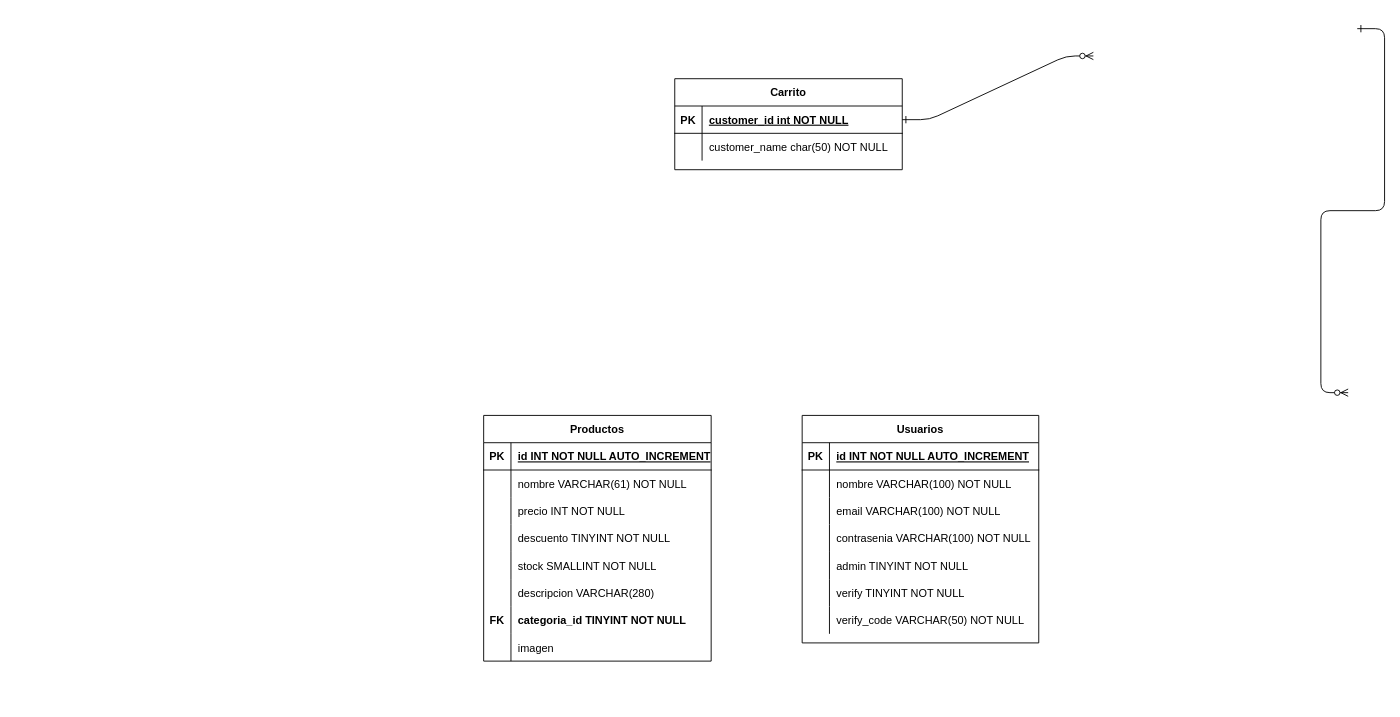
Earlier version of the draw.io diagram entregas - sprints/6to-sprint (Base de Datos)/Diagrama de base de datos.drawio (Evaristodantur/BierClub). Source tidied: cells renumbered, new cells numbered last; positions are measured from the earlier drawing's top-left corner, leaving out a move shared by most shapes. Both pictures are drawn from the tidied source at 91%, with x=0, y=0 at pixel (483, 28).
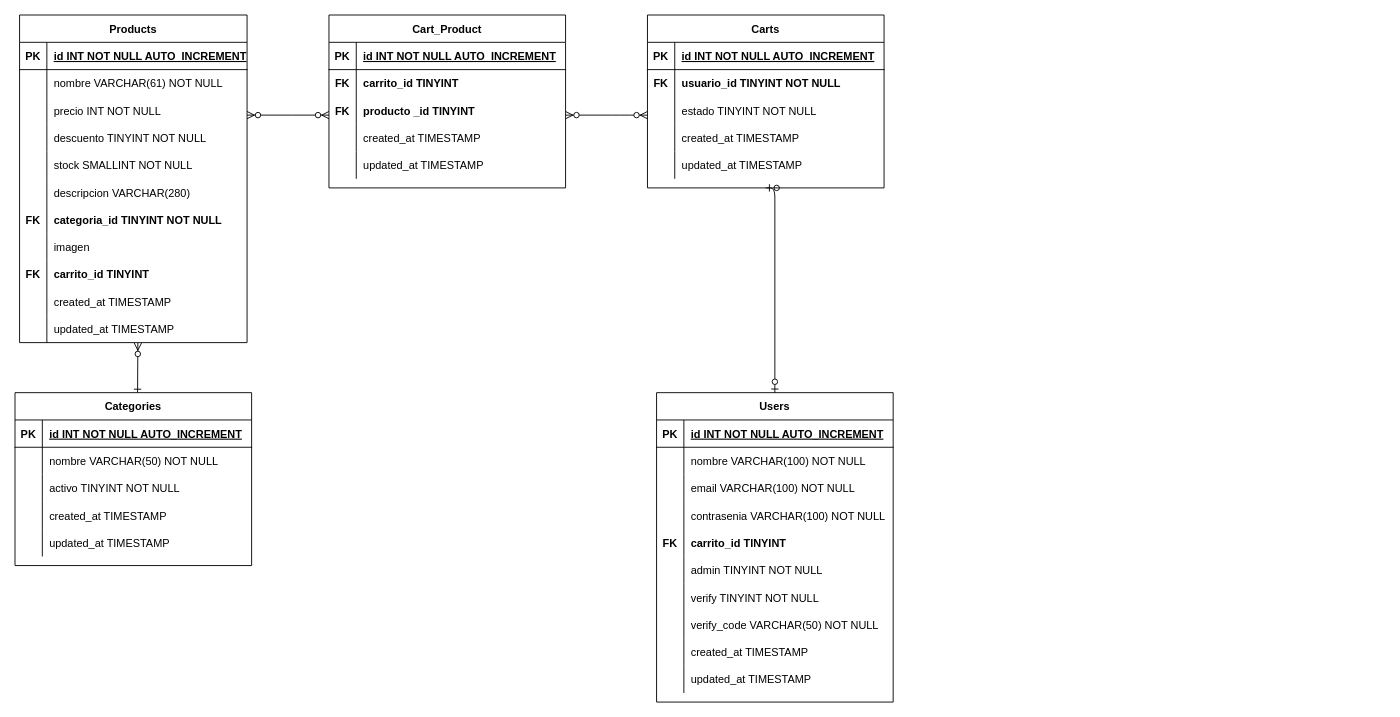
The same page after the edit.

Unchanged cells that the change refers to:
```xml
<mxCell id="49" style="shape=partialRectangle;fillColor=none;top=0;left=0;right=0;bottom=0;" parent="36" vertex="1">
  <mxGeometry y="150" width="260" height="30" as="geometry" />
</mxCell>
<mxCell id="52" style="shape=partialRectangle;fillColor=none;top=0;left=0;right=0;bottom=0;" parent="36" vertex="1">
  <mxGeometry y="180" width="260" height="30" as="geometry" />
</mxCell>
<mxCell id="55" style="shape=partialRectangle;fillColor=none;top=0;left=0;right=0;bottom=0;" parent="36" vertex="1">
  <mxGeometry y="210" width="260" height="30" as="geometry" />
</mxCell>
```

What changed in the source:
```diff
@@
-    <mxCell id="2" style="edgeStyle=entityRelationEdgeStyle;endArrow=ERzeroToMany;startArrow=ERone;endFill=1;startFill=0;" parent="1" edge="1" source="5">
-      <mxGeometry relative="1" as="geometry">
-        <mxPoint x="670" y="30" as="targetPoint" />
-      </mxGeometry>
-    </mxCell>
-    <mxCell id="3" style="edgeStyle=entityRelationEdgeStyle;endArrow=ERzeroToMany;startArrow=ERone;endFill=1;startFill=0;" parent="1" edge="1">
-      <mxGeometry relative="1" as="geometry">
-        <mxPoint x="960" as="sourcePoint" />
-        <mxPoint x="950" y="400" as="targetPoint" />
-      </mxGeometry>
-    </mxCell>
-    <mxCell id="4" value="Carrito" style="shape=table;startSize=30;childLayout=tableLayout;rowLines=0;fontStyle=1;align=center;" parent="1" vertex="1">
-      <mxGeometry x="210" y="55" width="250" height="100" as="geometry" />
-    </mxCell>
-    <mxCell id="5" style="shape=partialRectangle;fillColor=none;points=[[0,0.5],[1,0.5]];portConstraint=eastwest;top=0;left=0;right=0;bottom=1;" parent="4" vertex="1">
-      <mxGeometry y="30" width="250" height="30" as="geometry" />
-    </mxCell>
-    <mxCell id="6" value="PK" style="shape=partialRectangle;overflow=hidden;fillColor=none;top=0;left=0;bottom=0;right=0;fontStyle=1;" parent="5" vertex="1">
-      <mxGeometry width="30" height="30" as="geometry" />
-    </mxCell>
-    <mxCell id="7" value="customer_id int NOT NULL " style="shape=partialRectangle;overflow=hidden;fillColor=none;top=0;left=0;bottom=0;right=0;align=left;spacingLeft=6;fontStyle=5;" parent="5" vertex="1">
-      <mxGeometry x="30" width="220" height="30" as="geometry" />
-    </mxCell>
-    <mxCell id="8" style="shape=partialRectangle;fillColor=none;top=0;left=0;right=0;bottom=0;" parent="4" vertex="1">
-      <mxGeometry y="60" width="250" height="30" as="geometry" />
-    </mxCell>
-    <mxCell id="9" style="shape=partialRectangle;overflow=hidden;fillColor=none;top=0;left=0;bottom=0;right=0;" parent="8" vertex="1">
-      <mxGeometry width="30" height="30" as="geometry" />
-    </mxCell>
-    <mxCell id="10" value="customer_name char(50) NOT NULL" style="shape=partialRectangle;overflow=hidden;fillColor=none;top=0;left=0;bottom=0;right=0;align=left;spacingLeft=6;" parent="8" vertex="1">
-      <mxGeometry x="30" width="220" height="30" as="geometry" />
-    </mxCell>
+    <mxCell id="58" style="edgeStyle=elbowEdgeStyle;endArrow=ERzeroToMany;startArrow=ERone;endFill=1;startFill=0;entryX=0.52;entryY=1.015;entryDx=0;entryDy=0;entryPerimeter=0;exitX=0.518;exitY=0.001;exitDx=0;exitDy=0;exitPerimeter=0;" parent="1" edge="1" source="112" target="67">
+      <mxGeometry relative="1" as="geometry">
+        <Array as="points">
+          <mxPoint x="-380" y="420" />
+        </Array>
+      </mxGeometry>
+    </mxCell>
+    <mxCell id="59" style="edgeStyle=elbowEdgeStyle;endArrow=ERzeroToMany;startArrow=ERzeroToMany;endFill=1;startFill=1;" parent="1" edge="1">
+      <mxGeometry relative="1" as="geometry">
+        <mxPoint x="-260" y="95" as="sourcePoint" />
+        <mxPoint x="-170" y="95" as="targetPoint" />
+        <Array as="points">
+          <mxPoint x="-199.8" y="200" />
+        </Array>
+      </mxGeometry>
+    </mxCell>
+    <mxCell id="60" style="edgeStyle=elbowEdgeStyle;endArrow=ERzeroToMany;startArrow=ERzeroToMany;endFill=1;startFill=1;" parent="1" edge="1">
+      <mxGeometry relative="1" as="geometry">
+        <mxPoint x="90" y="95" as="sourcePoint" />
+        <mxPoint x="180" y="95" as="targetPoint" />
+        <Array as="points">
+          <mxPoint x="150.2" y="200" />
+        </Array>
+      </mxGeometry>
+    </mxCell>
-    <mxCell id="11" value="Productos" style="shape=table;startSize=30;childLayout=tableLayout;rowLines=0;fontStyle=1;align=center;" parent="1" vertex="1">
-      <mxGeometry y="425" width="250" height="270" as="geometry" />
+    <mxCell id="11" value="Products" style="shape=table;startSize=30;childLayout=tableLayout;rowLines=0;fontStyle=1;align=center;" parent="1" vertex="1">
+      <mxGeometry x="-510" y="-15" width="250" height="360" as="geometry" />
     </mxCell>
@@
+    <mxCell id="61" style="shape=partialRectangle;fillColor=none;top=0;left=0;right=0;bottom=0;" parent="11" vertex="1">
+      <mxGeometry y="270" width="250" height="30" as="geometry" />
+    </mxCell>
+    <mxCell id="62" value="FK" style="shape=partialRectangle;overflow=hidden;fillColor=none;top=0;left=0;bottom=0;right=0;fontStyle=1;" parent="61" vertex="1">
+      <mxGeometry width="30" height="30" as="geometry" />
+    </mxCell>
+    <mxCell id="63" value="carrito_id TINYINT" style="shape=partialRectangle;overflow=hidden;fillColor=none;top=0;left=0;bottom=0;right=0;align=left;spacingLeft=6;fontStyle=1;" parent="61" vertex="1">
+      <mxGeometry x="30" width="220" height="30" as="geometry" />
+    </mxCell>
+    <mxCell id="64" style="shape=partialRectangle;fillColor=none;top=0;left=0;right=0;bottom=0;" parent="11" vertex="1">
+      <mxGeometry y="300" width="250" height="30" as="geometry" />
+    </mxCell>
+    <mxCell id="65" style="shape=partialRectangle;overflow=hidden;fillColor=none;top=0;left=0;bottom=0;right=0;" parent="64" vertex="1">
+      <mxGeometry width="30" height="30" as="geometry" />
+    </mxCell>
+    <mxCell id="66" style="shape=partialRectangle;overflow=hidden;fillColor=none;top=0;left=0;bottom=0;right=0;align=left;spacingLeft=6;" parent="64" vertex="1">
+      <mxGeometry x="30" width="220" height="30" as="geometry" />
+    </mxCell>
+    <mxCell id="67" style="shape=partialRectangle;fillColor=none;points=[[0,0.5],[1,0.5]];portConstraint=eastwest;top=0;left=0;right=0;bottom=0;" parent="11" vertex="1">
+      <mxGeometry y="330" width="250" height="30" as="geometry" />
+    </mxCell>
+    <mxCell id="68" style="shape=partialRectangle;overflow=hidden;fillColor=none;top=0;left=0;bottom=0;right=0;" parent="67" vertex="1">
+      <mxGeometry width="30" height="30" as="geometry" />
+    </mxCell>
+    <mxCell id="69" value="updated_at TIMESTAMP" style="shape=partialRectangle;overflow=hidden;fillColor=none;top=0;left=0;bottom=0;right=0;align=left;spacingLeft=6;" parent="67" vertex="1">
+      <mxGeometry x="30" width="220" height="30" as="geometry" />
+    </mxCell>
-    <mxCell id="36" value="Usuarios" style="shape=table;startSize=30;childLayout=tableLayout;rowLines=0;fontStyle=1;align=center;" parent="1" vertex="1">
-      <mxGeometry x="350" y="425" width="260" height="250" as="geometry" />
+    <mxCell id="36" value="Users" style="shape=table;startSize=30;childLayout=tableLayout;rowLines=0;fontStyle=1;align=center;" parent="1" vertex="1">
+      <mxGeometry x="190" y="400" width="260" height="340" as="geometry" />
     </mxCell>
@@
-    <mxCell id="50" style="shape=partialRectangle;overflow=hidden;fillColor=none;top=0;left=0;bottom=0;right=0;" parent="49" vertex="1">
+    <mxCell id="50" value="FK" style="shape=partialRectangle;overflow=hidden;fillColor=none;top=0;left=0;bottom=0;right=0;fontStyle=1;" parent="49" vertex="1">
       <mxGeometry width="30" height="30" as="geometry" />
     </mxCell>
-    <mxCell id="51" value="admin TINYINT NOT NULL" style="shape=partialRectangle;overflow=hidden;fillColor=none;top=0;left=0;bottom=0;right=0;align=left;spacingLeft=6;" parent="49" vertex="1">
+    <mxCell id="51" value="carrito_id TINYINT" style="shape=partialRectangle;overflow=hidden;fillColor=none;top=0;left=0;bottom=0;right=0;align=left;spacingLeft=6;fontStyle=1;" parent="49" vertex="1">
       <mxGeometry x="30" width="230" height="30" as="geometry" />
     </mxCell>
@@
-    <mxCell id="54" value="verify TINYINT NOT NULL" style="shape=partialRectangle;overflow=hidden;fillColor=none;top=0;left=0;bottom=0;right=0;align=left;spacingLeft=6;" parent="52" vertex="1">
+    <mxCell id="54" value="admin TINYINT NOT NULL" style="shape=partialRectangle;overflow=hidden;fillColor=none;top=0;left=0;bottom=0;right=0;align=left;spacingLeft=6;" parent="52" vertex="1">
       <mxGeometry x="30" width="230" height="30" as="geometry" />
     </mxCell>
@@
-    <mxCell id="57" value="verify_code VARCHAR(50) NOT NULL" style="shape=partialRectangle;overflow=hidden;fillColor=none;top=0;left=0;bottom=0;right=0;align=left;spacingLeft=6;" parent="55" vertex="1">
+    <mxCell id="57" value="verify TINYINT NOT NULL" style="shape=partialRectangle;overflow=hidden;fillColor=none;top=0;left=0;bottom=0;right=0;align=left;spacingLeft=6;" parent="55" vertex="1">
       <mxGeometry x="30" width="230" height="30" as="geometry" />
     </mxCell>
+    <mxCell id="70" style="shape=partialRectangle;fillColor=none;top=0;left=0;right=0;bottom=0;" parent="36" vertex="1">
+      <mxGeometry y="240" width="260" height="30" as="geometry" />
+    </mxCell>
+    <mxCell id="71" style="shape=partialRectangle;overflow=hidden;fillColor=none;top=0;left=0;bottom=0;right=0;" parent="70" vertex="1">
+      <mxGeometry width="30" height="30" as="geometry" />
+    </mxCell>
+    <mxCell id="72" value="verify_code VARCHAR(50) NOT NULL" style="shape=partialRectangle;overflow=hidden;fillColor=none;top=0;left=0;bottom=0;right=0;align=left;spacingLeft=6;" parent="70" vertex="1">
+      <mxGeometry x="30" width="230" height="30" as="geometry" />
+    </mxCell>
+    <mxCell id="73" style="shape=partialRectangle;fillColor=none;top=0;left=0;right=0;bottom=0;" parent="36" vertex="1">
+      <mxGeometry y="270" width="260" height="30" as="geometry" />
+    </mxCell>
+    <mxCell id="74" style="shape=partialRectangle;overflow=hidden;fillColor=none;top=0;left=0;bottom=0;right=0;" parent="73" vertex="1">
+      <mxGeometry width="30" height="30" as="geometry" />
+    </mxCell>
+    <mxCell id="75" value="created_at TIMESTAMP" style="shape=partialRectangle;overflow=hidden;fillColor=none;top=0;left=0;bottom=0;right=0;align=left;spacingLeft=6;" parent="73" vertex="1">
+      <mxGeometry x="30" width="230" height="30" as="geometry" />
+    </mxCell>
+    <mxCell id="76" style="shape=partialRectangle;fillColor=none;top=0;left=0;right=0;bottom=0;" parent="36" vertex="1">
+      <mxGeometry y="300" width="260" height="30" as="geometry" />
+    </mxCell>
+    <mxCell id="77" style="shape=partialRectangle;overflow=hidden;fillColor=none;top=0;left=0;bottom=0;right=0;" parent="76" vertex="1">
+      <mxGeometry width="30" height="30" as="geometry" />
+    </mxCell>
+    <mxCell id="78" value="updated_at TIMESTAMP" style="shape=partialRectangle;overflow=hidden;fillColor=none;top=0;left=0;bottom=0;right=0;align=left;spacingLeft=6;" parent="76" vertex="1">
+      <mxGeometry x="30" width="230" height="30" as="geometry" />
+    </mxCell>
+    <mxCell id="79" style="edgeStyle=elbowEdgeStyle;endArrow=ERzeroToOne;startArrow=ERzeroToOne;endFill=1;startFill=1;exitX=0.5;exitY=1;exitDx=0;exitDy=0;entryX=0.5;entryY=0;entryDx=0;entryDy=0;" parent="1" edge="1" source="96" target="36">
+      <mxGeometry relative="1" as="geometry">
+        <Array as="points">
+          <mxPoint x="320" y="345" />
+        </Array>
+      </mxGeometry>
+    </mxCell>
+    <mxCell id="80" value="Cart_Product" style="shape=table;startSize=30;childLayout=tableLayout;rowLines=0;fontStyle=1;align=center;" parent="1" vertex="1">
+      <mxGeometry x="-170" y="-15" width="260" height="190" as="geometry" />
+    </mxCell>
+    <mxCell id="81" style="shape=partialRectangle;fillColor=none;top=0;left=0;right=0;bottom=1;" parent="80" vertex="1">
+      <mxGeometry y="30" width="260" height="30" as="geometry" />
+    </mxCell>
+    <mxCell id="82" value="PK" style="shape=partialRectangle;overflow=hidden;fillColor=none;top=0;left=0;bottom=0;right=0;fontStyle=1;" parent="81" vertex="1">
+      <mxGeometry width="30" height="30" as="geometry" />
+    </mxCell>
+    <mxCell id="83" value="id INT NOT NULL AUTO_INCREMENT" style="shape=partialRectangle;overflow=hidden;fillColor=none;top=0;left=0;bottom=0;right=0;align=left;spacingLeft=6;fontStyle=5;" parent="81" vertex="1">
+      <mxGeometry x="30" width="230" height="30" as="geometry" />
+    </mxCell>
+    <mxCell id="84" style="shape=partialRectangle;fillColor=none;top=0;left=0;right=0;bottom=0;" parent="80" vertex="1">
+      <mxGeometry y="60" width="260" height="30" as="geometry" />
+    </mxCell>
+    <mxCell id="85" value="FK" style="shape=partialRectangle;overflow=hidden;fillColor=none;top=0;left=0;bottom=0;right=0;fontStyle=1;" parent="84" vertex="1">
+      <mxGeometry width="30" height="30" as="geometry" />
+    </mxCell>
+    <mxCell id="86" value="carrito_id TINYINT" style="shape=partialRectangle;overflow=hidden;fillColor=none;top=0;left=0;bottom=0;right=0;align=left;spacingLeft=6;fontStyle=1;" parent="84" vertex="1">
+      <mxGeometry x="30" width="230" height="30" as="geometry" />
+    </mxCell>
+    <mxCell id="87" style="shape=partialRectangle;fillColor=none;top=0;left=0;right=0;bottom=0;" parent="80" vertex="1">
+      <mxGeometry y="90" width="260" height="30" as="geometry" />
+    </mxCell>
+    <mxCell id="88" value="FK" style="shape=partialRectangle;overflow=hidden;fillColor=none;top=0;left=0;bottom=0;right=0;fontStyle=1;" parent="87" vertex="1">
+      <mxGeometry width="30" height="30" as="geometry" />
+    </mxCell>
+    <mxCell id="89" value="producto _id TINYINT" style="shape=partialRectangle;overflow=hidden;fillColor=none;top=0;left=0;bottom=0;right=0;align=left;spacingLeft=6;fontStyle=1;" parent="87" vertex="1">
+      <mxGeometry x="30" width="230" height="30" as="geometry" />
+    </mxCell>
+    <mxCell id="90" style="shape=partialRectangle;fillColor=none;top=0;left=0;right=0;bottom=0;" parent="80" vertex="1">
+      <mxGeometry y="120" width="260" height="30" as="geometry" />
+    </mxCell>
+    <mxCell id="91" style="shape=partialRectangle;overflow=hidden;fillColor=none;top=0;left=0;bottom=0;right=0;" parent="90" vertex="1">
+      <mxGeometry width="30" height="30" as="geometry" />
+    </mxCell>
+    <mxCell id="92" value="created_at TIMESTAMP" style="shape=partialRectangle;overflow=hidden;fillColor=none;top=0;left=0;bottom=0;right=0;align=left;spacingLeft=6;" parent="90" vertex="1">
+      <mxGeometry x="30" width="230" height="30" as="geometry" />
+    </mxCell>
+    <mxCell id="93" style="shape=partialRectangle;fillColor=none;top=0;left=0;right=0;bottom=0;" parent="80" vertex="1">
+      <mxGeometry y="150" width="260" height="30" as="geometry" />
+    </mxCell>
+    <mxCell id="94" style="shape=partialRectangle;overflow=hidden;fillColor=none;top=0;left=0;bottom=0;right=0;" parent="93" vertex="1">
+      <mxGeometry width="30" height="30" as="geometry" />
+    </mxCell>
+    <mxCell id="95" value="updated_at TIMESTAMP" style="shape=partialRectangle;overflow=hidden;fillColor=none;top=0;left=0;bottom=0;right=0;align=left;spacingLeft=6;" parent="93" vertex="1">
+      <mxGeometry x="30" width="230" height="30" as="geometry" />
+    </mxCell>
+    <mxCell id="96" value="Carts" style="shape=table;startSize=30;childLayout=tableLayout;rowLines=0;fontStyle=1;align=center;" parent="1" vertex="1">
+      <mxGeometry x="180" y="-15" width="260" height="190" as="geometry" />
+    </mxCell>
+    <mxCell id="97" style="shape=partialRectangle;fillColor=none;top=0;left=0;right=0;bottom=1;" parent="96" vertex="1">
+      <mxGeometry y="30" width="260" height="30" as="geometry" />
+    </mxCell>
+    <mxCell id="98" value="PK" style="shape=partialRectangle;overflow=hidden;fillColor=none;top=0;left=0;bottom=0;right=0;fontStyle=1;" parent="97" vertex="1">
+      <mxGeometry width="30" height="30" as="geometry" />
+    </mxCell>
+    <mxCell id="99" value="id INT NOT NULL AUTO_INCREMENT" style="shape=partialRectangle;overflow=hidden;fillColor=none;top=0;left=0;bottom=0;right=0;align=left;spacingLeft=6;fontStyle=5;" parent="97" vertex="1">
+      <mxGeometry x="30" width="230" height="30" as="geometry" />
+    </mxCell>
+    <mxCell id="100" style="shape=partialRectangle;fillColor=none;top=0;left=0;right=0;bottom=0;" parent="96" vertex="1">
+      <mxGeometry y="60" width="260" height="30" as="geometry" />
+    </mxCell>
+    <mxCell id="101" value="FK" style="shape=partialRectangle;overflow=hidden;fillColor=none;top=0;left=0;bottom=0;right=0;fontStyle=1;" parent="100" vertex="1">
+      <mxGeometry width="30" height="30" as="geometry" />
+    </mxCell>
+    <mxCell id="102" value="usuario_id TINYINT NOT NULL" style="shape=partialRectangle;overflow=hidden;fillColor=none;top=0;left=0;bottom=0;right=0;align=left;spacingLeft=6;fontStyle=1;" parent="100" vertex="1">
+      <mxGeometry x="30" width="230" height="30" as="geometry" />
+    </mxCell>
+    <mxCell id="103" style="shape=partialRectangle;fillColor=none;top=0;left=0;right=0;bottom=0;" parent="96" vertex="1">
+      <mxGeometry y="90" width="260" height="30" as="geometry" />
+    </mxCell>
+    <mxCell id="104" style="shape=partialRectangle;overflow=hidden;fillColor=none;top=0;left=0;bottom=0;right=0;" parent="103" vertex="1">
+      <mxGeometry width="30" height="30" as="geometry" />
+    </mxCell>
+    <mxCell id="105" value="estado TINYINT NOT NULL" style="shape=partialRectangle;overflow=hidden;fillColor=none;top=0;left=0;bottom=0;right=0;align=left;spacingLeft=6;" parent="103" vertex="1">
+      <mxGeometry x="30" width="230" height="30" as="geometry" />
+    </mxCell>
+    <mxCell id="106" style="shape=partialRectangle;fillColor=none;top=0;left=0;right=0;bottom=0;" parent="96" vertex="1">
+      <mxGeometry y="120" width="260" height="30" as="geometry" />
+    </mxCell>
+    <mxCell id="107" style="shape=partialRectangle;overflow=hidden;fillColor=none;top=0;left=0;bottom=0;right=0;" parent="106" vertex="1">
+      <mxGeometry width="30" height="30" as="geometry" />
+    </mxCell>
+    <mxCell id="108" value="created_at TIMESTAMP" style="shape=partialRectangle;overflow=hidden;fillColor=none;top=0;left=0;bottom=0;right=0;align=left;spacingLeft=6;" parent="106" vertex="1">
+      <mxGeometry x="30" width="230" height="30" as="geometry" />
+    </mxCell>
+    <mxCell id="109" style="shape=partialRectangle;fillColor=none;top=0;left=0;right=0;bottom=0;" parent="96" vertex="1">
+      <mxGeometry y="150" width="260" height="30" as="geometry" />
+    </mxCell>
+    <mxCell id="110" style="shape=partialRectangle;overflow=hidden;fillColor=none;top=0;left=0;bottom=0;right=0;" parent="109" vertex="1">
+      <mxGeometry width="30" height="30" as="geometry" />
+    </mxCell>
+    <mxCell id="111" value="updated_at TIMESTAMP" style="shape=partialRectangle;overflow=hidden;fillColor=none;top=0;left=0;bottom=0;right=0;align=left;spacingLeft=6;" parent="109" vertex="1">
+      <mxGeometry x="30" width="230" height="30" as="geometry" />
+    </mxCell>
+    <mxCell id="112" value="Categories" style="shape=table;startSize=30;childLayout=tableLayout;rowLines=0;fontStyle=1;align=center;" parent="1" vertex="1">
+      <mxGeometry x="-515" y="400" width="260" height="190" as="geometry" />
+    </mxCell>
+    <mxCell id="113" style="shape=partialRectangle;fillColor=none;top=0;left=0;right=0;bottom=1;" parent="112" vertex="1">
+      <mxGeometry y="30" width="260" height="30" as="geometry" />
+    </mxCell>
+    <mxCell id="114" value="PK" style="shape=partialRectangle;overflow=hidden;fillColor=none;top=0;left=0;bottom=0;right=0;fontStyle=1;" parent="113" vertex="1">
+      <mxGeometry width="30" height="30" as="geometry" />
+    </mxCell>
+    <mxCell id="115" value="id INT NOT NULL AUTO_INCREMENT" style="shape=partialRectangle;overflow=hidden;fillColor=none;top=0;left=0;bottom=0;right=0;align=left;spacingLeft=6;fontStyle=5;" parent="113" vertex="1">
+      <mxGeometry x="30" width="230" height="30" as="geometry" />
+    </mxCell>
+    <mxCell id="116" style="shape=partialRectangle;fillColor=none;top=0;left=0;right=0;bottom=0;" parent="112" vertex="1">
+      <mxGeometry y="60" width="260" height="30" as="geometry" />
+    </mxCell>
+    <mxCell id="117" style="shape=partialRectangle;overflow=hidden;fillColor=none;top=0;left=0;bottom=0;right=0;" parent="116" vertex="1">
+      <mxGeometry width="30" height="30" as="geometry" />
+    </mxCell>
+    <mxCell id="118" value="nombre VARCHAR(50) NOT NULL" style="shape=partialRectangle;overflow=hidden;fillColor=none;top=0;left=0;bottom=0;right=0;align=left;spacingLeft=6;" parent="116" vertex="1">
+      <mxGeometry x="30" width="230" height="30" as="geometry" />
+    </mxCell>
+    <mxCell id="119" style="shape=partialRectangle;fillColor=none;top=0;left=0;right=0;bottom=0;" parent="112" vertex="1">
+      <mxGeometry y="90" width="260" height="30" as="geometry" />
+    </mxCell>
+    <mxCell id="120" style="shape=partialRectangle;overflow=hidden;fillColor=none;top=0;left=0;bottom=0;right=0;" parent="119" vertex="1">
+      <mxGeometry width="30" height="30" as="geometry" />
+    </mxCell>
+    <mxCell id="121" value="activo TINYINT NOT NULL" style="shape=partialRectangle;overflow=hidden;fillColor=none;top=0;left=0;bottom=0;right=0;align=left;spacingLeft=6;" parent="119" vertex="1">
+      <mxGeometry x="30" width="230" height="30" as="geometry" />
+    </mxCell>
+    <mxCell id="122" style="shape=partialRectangle;fillColor=none;top=0;left=0;right=0;bottom=0;" parent="112" vertex="1">
+      <mxGeometry y="120" width="260" height="30" as="geometry" />
+    </mxCell>
+    <mxCell id="123" style="shape=partialRectangle;overflow=hidden;fillColor=none;top=0;left=0;bottom=0;right=0;" parent="122" vertex="1">
+      <mxGeometry width="30" height="30" as="geometry" />
+    </mxCell>
+    <mxCell id="124" value="created_at TIMESTAMP" style="shape=partialRectangle;overflow=hidden;fillColor=none;top=0;left=0;bottom=0;right=0;align=left;spacingLeft=6;" parent="122" vertex="1">
+      <mxGeometry x="30" width="230" height="30" as="geometry" />
+    </mxCell>
+    <mxCell id="125" style="shape=partialRectangle;fillColor=none;top=0;left=0;right=0;bottom=0;" parent="112" vertex="1">
+      <mxGeometry y="150" width="260" height="30" as="geometry" />
+    </mxCell>
+    <mxCell id="126" style="shape=partialRectangle;overflow=hidden;fillColor=none;top=0;left=0;bottom=0;right=0;" parent="125" vertex="1">
+      <mxGeometry width="30" height="30" as="geometry" />
+    </mxCell>
+    <mxCell id="127" value="updated_at TIMESTAMP" style="shape=partialRectangle;overflow=hidden;fillColor=none;top=0;left=0;bottom=0;right=0;align=left;spacingLeft=6;" parent="125" vertex="1">
+      <mxGeometry x="30" width="230" height="30" as="geometry" />
+    </mxCell>
+    <mxCell id="128" value="created_at TIMESTAMP" style="shape=partialRectangle;overflow=hidden;fillColor=none;top=0;left=0;bottom=0;right=0;align=left;spacingLeft=6;" parent="1" vertex="1">
+      <mxGeometry x="-480" y="285" width="220" height="30" as="geometry" />
+    </mxCell>
```
